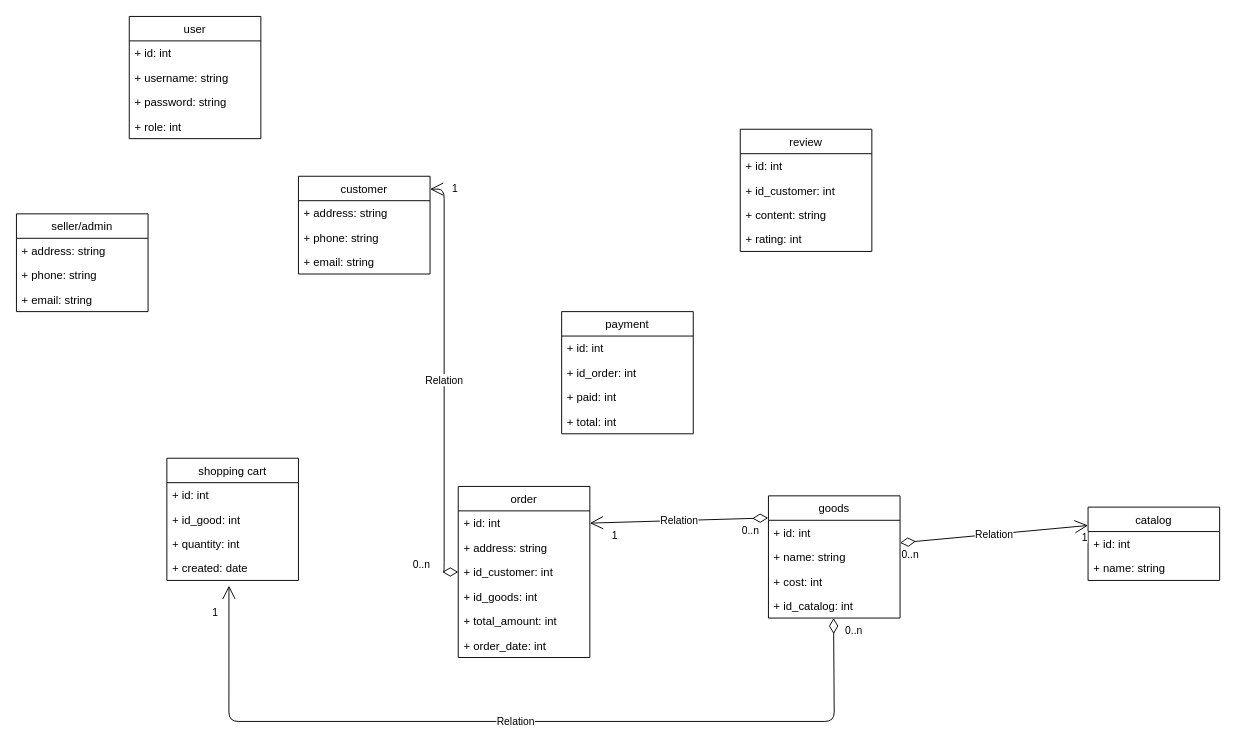
Earlier version of the draw.io diagram page "Class Diagram" (3 of 3) of docs/cat-store.drawio (anh0701/cat-store). Source tidied: cells renumbered, new cells numbered last; positions are measured from the earlier drawing's top-left corner, leaving out a move shared by most shapes. Both pictures are drawn from the tidied source at 94%, with x=0, y=0 at pixel (16, 16).
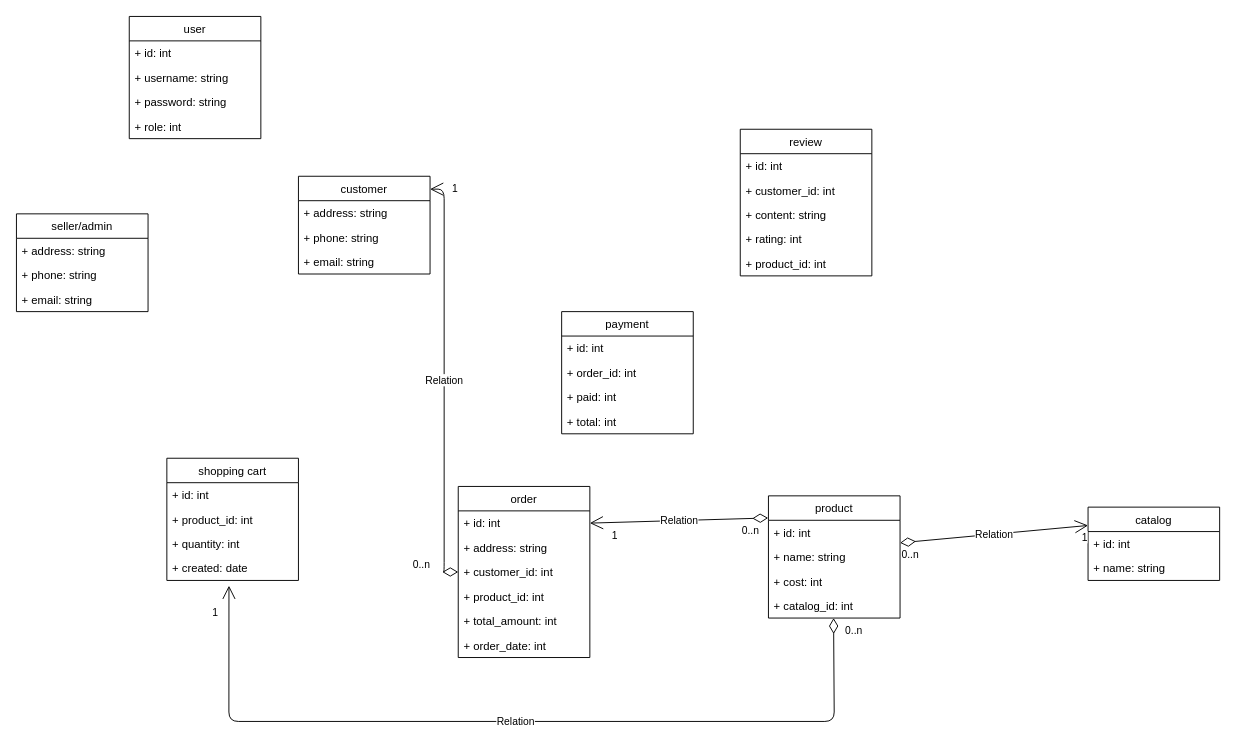
The same page after the edit.

The change refers to these unchanged cells:
```xml
<mxCell id="15" value="shopping cart" style="swimlane;fontStyle=0;horizontal=1;startSize=26;fillColor=none;" parent="1" vertex="1">
  <mxGeometry x="160" y="470" width="140" height="130" as="geometry" />
</mxCell>
<mxCell id="20" value="order" style="swimlane;fontStyle=0;horizontal=1;startSize=26;fillColor=none;" parent="1" vertex="1">
  <mxGeometry x="470" y="500" width="140" height="182" as="geometry" />
</mxCell>
<mxCell id="32" value="payment" style="swimlane;fontStyle=0;horizontal=1;startSize=26;fillColor=none;" parent="1" vertex="1">
  <mxGeometry x="580" y="314" width="140" height="130" as="geometry" />
</mxCell>
```

The edit, as a diff of the source:
```diff
@@
-    <mxCell id="7" value="goods" style="swimlane;fontStyle=0;horizontal=1;startSize=26;fillColor=none;" parent="1" vertex="1">
+    <mxCell id="7" value="product" style="swimlane;fontStyle=0;horizontal=1;startSize=26;fillColor=none;" parent="1" vertex="1">
       <mxGeometry x="800" y="510" width="140" height="130" as="geometry" />
     </mxCell>
@@
-    <mxCell id="11" value="+ id_catalog: int" style="text;strokeColor=none;fillColor=none;align=left;verticalAlign=top;spacingLeft=4;spacingRight=4;overflow=hidden;points=[[0,0.5],[1,0.5]];portConstraint=eastwest;" parent="7" vertex="1">
+    <mxCell id="11" value="+ catalog_id: int" style="text;strokeColor=none;fillColor=none;align=left;verticalAlign=top;spacingLeft=4;spacingRight=4;overflow=hidden;points=[[0,0.5],[1,0.5]];portConstraint=eastwest;" parent="7" vertex="1">
       <mxGeometry y="104" width="140" height="26" as="geometry" />
     </mxCell>
@@
-    <mxCell id="17" value="+ id_good: int" style="text;strokeColor=none;fillColor=none;align=left;verticalAlign=top;spacingLeft=4;spacingRight=4;overflow=hidden;" parent="15" vertex="1">
+    <mxCell id="17" value="+ product_id: int" style="text;strokeColor=none;fillColor=none;align=left;verticalAlign=top;spacingLeft=4;spacingRight=4;overflow=hidden;" parent="15" vertex="1">
       <mxGeometry y="52" width="140" height="26" as="geometry" />
     </mxCell>
@@
-    <mxCell id="23" value="+ id_customer: int" style="text;strokeColor=none;fillColor=none;align=left;verticalAlign=top;spacingLeft=4;spacingRight=4;overflow=hidden;" parent="20" vertex="1">
+    <mxCell id="23" value="+ customer_id: int" style="text;strokeColor=none;fillColor=none;align=left;verticalAlign=top;spacingLeft=4;spacingRight=4;overflow=hidden;" parent="20" vertex="1">
       <mxGeometry y="78" width="140" height="26" as="geometry" />
     </mxCell>
-    <mxCell id="24" value="+ id_goods: int" style="text;strokeColor=none;fillColor=none;align=left;verticalAlign=top;spacingLeft=4;spacingRight=4;overflow=hidden;" parent="20" vertex="1">
+    <mxCell id="24" value="+ product_id: int" style="text;strokeColor=none;fillColor=none;align=left;verticalAlign=top;spacingLeft=4;spacingRight=4;overflow=hidden;" parent="20" vertex="1">
       <mxGeometry y="104" width="140" height="26" as="geometry" />
     </mxCell>
@@
     <mxCell id="27" value="review" style="swimlane;fontStyle=0;horizontal=1;startSize=26;fillColor=none;" parent="1" vertex="1">
-      <mxGeometry x="770" y="120" width="140" height="130" as="geometry" />
+      <mxGeometry x="770" y="120" width="140" height="156" as="geometry" />
     </mxCell>
@@
-    <mxCell id="29" value="+ id_customer: int" style="text;strokeColor=none;fillColor=none;align=left;verticalAlign=top;spacingLeft=4;spacingRight=4;overflow=hidden;" parent="27" vertex="1">
+    <mxCell id="29" value="+ customer_id: int" style="text;strokeColor=none;fillColor=none;align=left;verticalAlign=top;spacingLeft=4;spacingRight=4;overflow=hidden;" parent="27" vertex="1">
       <mxGeometry y="52" width="140" height="26" as="geometry" />
     </mxCell>
@@
+    <mxCell id="57" value="+ product_id: int" style="text;strokeColor=none;fillColor=none;align=left;verticalAlign=top;spacingLeft=4;spacingRight=4;overflow=hidden;" parent="27" vertex="1">
+      <mxGeometry y="130" width="140" height="26" as="geometry" />
+    </mxCell>
@@
-    <mxCell id="34" value="+ id_order: int" style="text;strokeColor=none;fillColor=none;align=left;verticalAlign=top;spacingLeft=4;spacingRight=4;overflow=hidden;" parent="32" vertex="1">
+    <mxCell id="34" value="+ order_id: int" style="text;strokeColor=none;fillColor=none;align=left;verticalAlign=top;spacingLeft=4;spacingRight=4;overflow=hidden;" parent="32" vertex="1">
       <mxGeometry y="52" width="140" height="26" as="geometry" />
     </mxCell>
```
